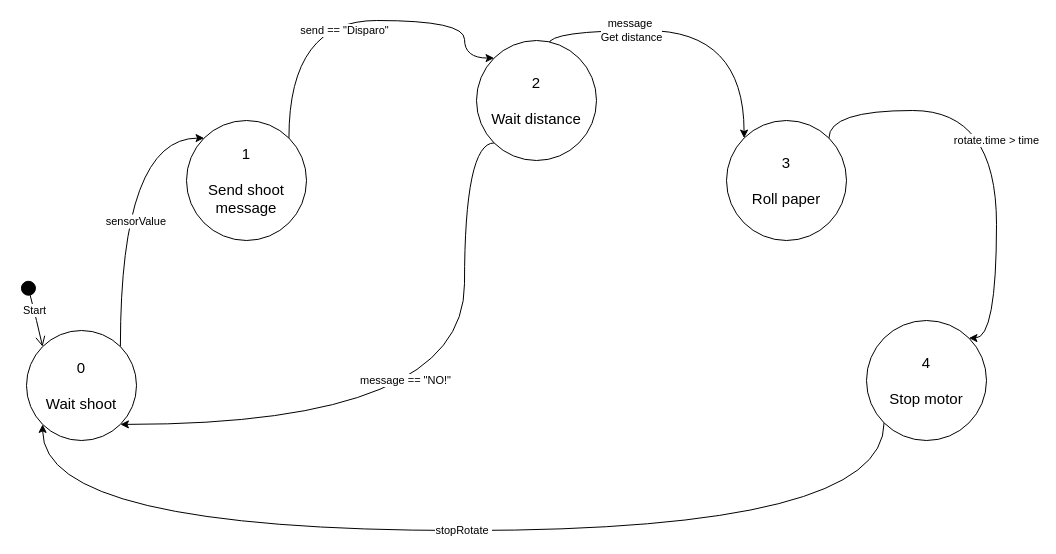
The draw.io diagram ESP/Detecao_disparo_teste/esp_fsm.drawio in xBogas/ES-SACA, before the edit. Source tidied: cells renumbered, new cells numbered last; positions are measured from the earlier drawing's top-left corner, leaving out a move shared by most shapes. Both pictures are drawn from the tidied source at 100%, with x=0, y=0 at pixel (26, 20).
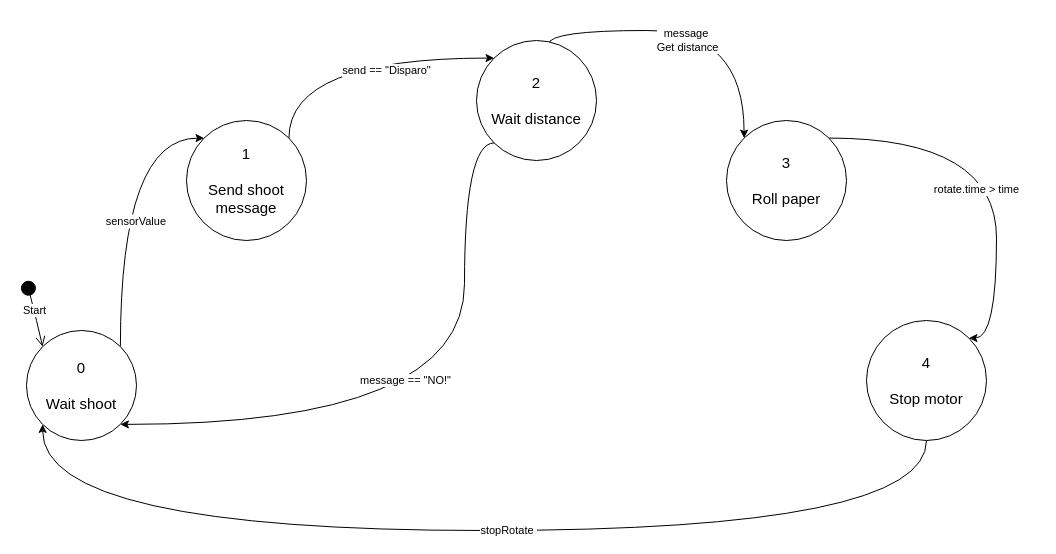
The same diagram, later.

Commit message:
Finite state machine for ESP8266 code V2

The change refers to these unchanged cells:
```xml
<mxCell id="3" value="&lt;font style=&quot;font-size: 15px;&quot;&gt;0&lt;br&gt;&lt;br&gt;Wait shoot&lt;br&gt;&lt;/font&gt;" style="ellipse;whiteSpace=wrap;html=1;" parent="1" vertex="1">
  <mxGeometry y="310" width="110" height="110" as="geometry" />
</mxCell>
<mxCell id="5" value="&lt;font style=&quot;font-size: 15px;&quot;&gt;1&lt;br&gt;&lt;br&gt;Send shoot message&lt;br&gt;&lt;/font&gt;" style="ellipse;whiteSpace=wrap;html=1;" parent="1" vertex="1">
  <mxGeometry x="160" y="100" width="120" height="120" as="geometry" />
</mxCell>
<mxCell id="8" value="&lt;font style=&quot;font-size: 15px;&quot;&gt;2&lt;br&gt;&lt;br&gt;Wait distance&lt;br&gt;&lt;/font&gt;" style="ellipse;whiteSpace=wrap;html=1;" parent="1" vertex="1">
  <mxGeometry x="450" y="20" width="120" height="120" as="geometry" />
</mxCell>
<mxCell id="10" value="&lt;font style=&quot;font-size: 15px;&quot;&gt;3&lt;br&gt;&lt;br&gt;Roll paper&lt;br&gt;&lt;/font&gt;" style="ellipse;whiteSpace=wrap;html=1;" parent="1" vertex="1">
  <mxGeometry x="700" y="100" width="120" height="120" as="geometry" />
</mxCell>
<mxCell id="12" value="&lt;font style=&quot;font-size: 15px;&quot;&gt;4&lt;br&gt;&lt;br&gt;Stop motor&lt;br&gt;&lt;/font&gt;" style="ellipse;whiteSpace=wrap;html=1;" parent="1" vertex="1">
  <mxGeometry x="840" y="300" width="120" height="120" as="geometry" />
</mxCell>
```

Change to the diagram source:
```diff
@@
     <mxCell id="4" value="send == &quot;Disparo&quot;" style="edgeStyle=orthogonalEdgeStyle;rounded=0;jettySize=auto;html=1;exitX=1;exitY=0;exitDx=0;exitDy=0;entryX=0;entryY=0;entryDx=0;entryDy=0;curved=1;" parent="1" edge="1" source="5" target="8">
-      <mxGeometry x="-0.04" y="-10" relative="1" as="geometry">
+      <mxGeometry x="0.25" y="-12" relative="1" as="geometry">
         <Array as="points">
-          <mxPoint x="262" />
-          <mxPoint x="438" />
+          <mxPoint x="262" y="38" />
         </Array>
       </mxGeometry>
     </mxCell>
@@
     <mxCell id="6" value="message&amp;nbsp;&lt;br&gt;Get distance" style="edgeStyle=orthogonalEdgeStyle;rounded=0;jettySize=auto;html=1;exitX=1;exitY=0;exitDx=0;exitDy=0;entryX=0;entryY=0;entryDx=0;entryDy=0;curved=1;" parent="1" edge="1" source="8" target="10">
-      <mxGeometry x="-0.22" relative="1" as="geometry">
+      <mxGeometry x="0.09" y="-10" relative="1" as="geometry">
         <Array as="points">
           <mxPoint x="522" y="10" />
           <mxPoint x="718" y="10" />
         </Array>
       </mxGeometry>
     </mxCell>
@@
     <mxCell id="9" value="rotate.time &amp;gt; time" style="edgeStyle=orthogonalEdgeStyle;rounded=0;jettySize=auto;html=1;exitX=1;exitY=0;exitDx=0;exitDy=0;entryX=1;entryY=0;entryDx=0;entryDy=0;curved=1;" parent="1" edge="1" source="10" target="12">
-      <mxGeometry relative="1" as="geometry">
+      <mxGeometry x="0.11" y="-20" relative="1" as="geometry">
         <Array as="points">
-          <mxPoint x="802" y="90" />
-          <mxPoint x="970" y="90" />
+          <mxPoint x="970" y="118" />
           <mxPoint x="970" y="318" />
         </Array>
       </mxGeometry>
     </mxCell>
@@
-    <mxCell id="11" value="stopRotate&amp;nbsp;" style="edgeStyle=orthogonalEdgeStyle;rounded=0;jettySize=auto;html=1;exitX=0;exitY=1;exitDx=0;exitDy=0;entryX=0;entryY=1;entryDx=0;entryDy=0;curved=1;" parent="1" edge="1" source="12" target="3">
-      <mxGeometry relative="1" as="geometry">
+    <mxCell id="11" value="stopRotate&amp;nbsp;" style="edgeStyle=orthogonalEdgeStyle;rounded=0;jettySize=auto;html=1;exitX=0.5;exitY=1;exitDx=0;exitDy=0;entryX=0;entryY=1;entryDx=0;entryDy=0;curved=1;" parent="1" edge="1" source="12" target="3">
+      <mxGeometry x="-0.06" relative="1" as="geometry">
         <Array as="points">
-          <mxPoint x="858" y="510" />
+          <mxPoint x="900" y="510" />
           <mxPoint x="16" y="510" />
         </Array>
       </mxGeometry>
     </mxCell>
```
